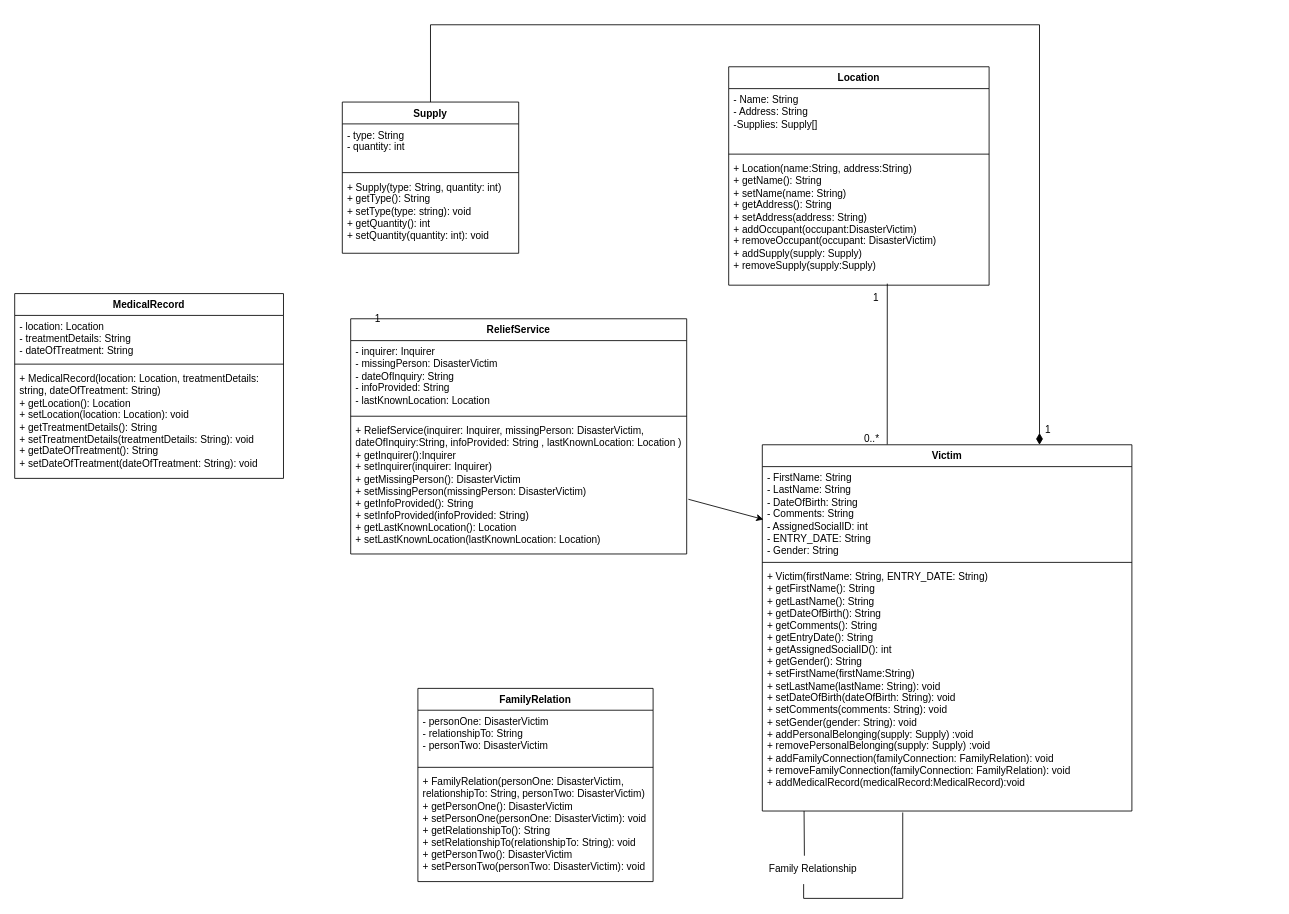
This is Untitled Diagram.drawio from seanvpham/ENSF380, a draw.io file, before an edit. Source tidied: cells renumbered, new cells numbered last; positions are measured from the earlier drawing's top-left corner, leaving out a move shared by most shapes. Both pictures are drawn from the tidied source at 84%, with x=0, y=0 at pixel (14, 24).
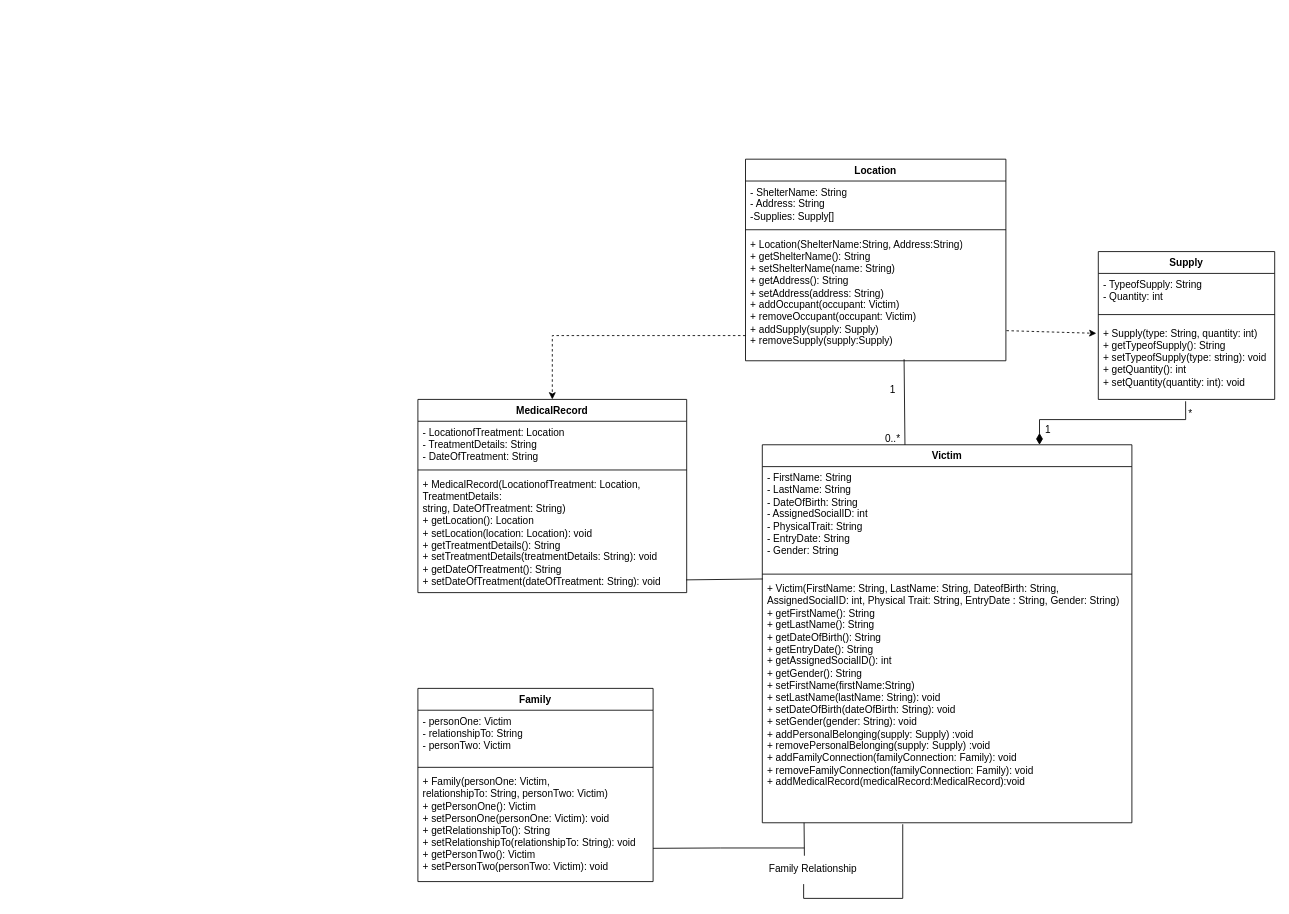
Above is the later version.

Change to the diagram source:
```diff
@@
     <mxCell id="2" value="Victim" style="swimlane;fontStyle=1;align=center;verticalAlign=top;horizontal=1;startSize=26;whiteSpace=wrap;html=1;" parent="1" vertex="1">
-      <mxGeometry x="890" y="500" width="440" height="436" as="geometry" />
+      <mxGeometry x="890" y="500" width="440" height="450" as="geometry" />
     </mxCell>
-    <mxCell id="3" value="- FirstName: String&lt;br&gt;- LastName: String&lt;br&gt;- DateOfBirth: String&lt;br&gt;- Comments: String&lt;br&gt;- AssignedSocialID: int&lt;br&gt;- ENTRY_DATE: String&lt;div&gt;- Gender: String&lt;/div&gt;" style="text;strokeColor=none;fillColor=none;align=left;verticalAlign=top;spacingLeft=4;spacingRight=4;overflow=hidden;points=[[0,0.5],[1,0.5]];portConstraint=eastwest;whiteSpace=wrap;html=1;" parent="2" vertex="1">
-      <mxGeometry y="26" width="440" height="110" as="geometry" />
+    <mxCell id="3" value="- FirstName: String&lt;br&gt;- LastName: String&lt;br&gt;- DateOfBirth: String&lt;br&gt;- AssignedSocialID: int&lt;div&gt;- PhysicalTrait: String&lt;br&gt;- EntryDate: String&lt;div&gt;- Gender: String&lt;/div&gt;&lt;/div&gt;" style="text;strokeColor=none;fillColor=none;align=left;verticalAlign=top;spacingLeft=4;spacingRight=4;overflow=hidden;points=[[0,0.5],[1,0.5]];portConstraint=eastwest;whiteSpace=wrap;html=1;" parent="2" vertex="1">
+      <mxGeometry y="26" width="440" height="124" as="geometry" />
     </mxCell>
     <mxCell id="4" style="line;strokeWidth=1;fillColor=none;align=left;verticalAlign=middle;spacingTop=-1;spacingLeft=3;spacingRight=3;labelPosition=right;strokeColor=inherit;" parent="2" vertex="1">
-      <mxGeometry y="136" width="440" height="8" as="geometry" />
+      <mxGeometry y="150" width="440" height="8" as="geometry" />
     </mxCell>
-    <mxCell id="5" value="+ Victim(firstName: String, ENTRY_DATE: String)&lt;br&gt;+ getFirstName(): String&lt;br&gt;+ getLastName(): String&lt;br&gt;+ getDateOfBirth(): String&lt;br&gt;+ getComments(): String&lt;br&gt;+ getEntryDate(): String&lt;br&gt;+ getAssignedSocialID(): int&lt;font color=&quot;#ff8000&quot;&gt;&lt;br&gt;&lt;/font&gt;+ getGender(): String&lt;br&gt;+ setFirstName(firstName:String)&lt;br&gt;+ setLastName(lastName: String): void&lt;br&gt;+ setDateOfBirth(dateOfBirth: String): void&lt;br&gt;+ setComments(comments: String): void&lt;br&gt;+ setGender(gender: String): void&lt;br&gt;+ addPersonalBelonging(supply: Supply) :void&lt;br&gt;+ removePersonalBelonging(supply: Supply) :void&lt;br&gt;+ addFamilyConnection(familyConnection: FamilyRelation): void&lt;br&gt;+ removeFamilyConnection(familyConnection: FamilyRelation): void&lt;br&gt;+ addMedicalRecord(medicalRecord:MedicalRecord):void&lt;div&gt;&lt;br&gt;&lt;/div&gt;&lt;div&gt;&lt;div&gt;&lt;div&gt;&lt;br&gt;&lt;/div&gt;&lt;/div&gt;&lt;/div&gt;" style="text;strokeColor=none;fillColor=none;align=left;verticalAlign=top;spacingLeft=4;spacingRight=4;overflow=hidden;points=[[0,0.5],[1,0.5]];portConstraint=eastwest;whiteSpace=wrap;html=1;" parent="2" vertex="1">
-      <mxGeometry y="144" width="440" height="292" as="geometry" />
+    <mxCell id="5" value="+ Victim(FirstName: String, LastName: String, DateofBirth: String, AssignedSocialID: int, Physical Trait: String, EntryDate : String, Gender: String)&lt;br&gt;+ getFirstName(): String&lt;br&gt;+ getLastName(): String&lt;br&gt;+ getDateOfBirth(): String&lt;br&gt;+ getEntryDate(): String&lt;br&gt;+ getAssignedSocialID(): int&lt;font color=&quot;#ff8000&quot;&gt;&lt;br&gt;&lt;/font&gt;+ getGender(): String&lt;br&gt;+ setFirstName(firstName:String)&lt;br&gt;+ setLastName(lastName: String): void&lt;br&gt;+ setDateOfBirth(dateOfBirth: String): void&lt;br&gt;+ setGender(gender: String): void&lt;br&gt;+ addPersonalBelonging(supply: Supply) :void&lt;br&gt;+ removePersonalBelonging(supply: Supply) :void&lt;br&gt;+ addFamilyConnection(familyConnection: Family): void&lt;br&gt;+ removeFamilyConnection(familyConnection: Family): void&lt;br&gt;+ addMedicalRecord(medicalRecord:MedicalRecord):void&lt;div&gt;&lt;br&gt;&lt;/div&gt;&lt;div&gt;&lt;div&gt;&lt;div&gt;&lt;br&gt;&lt;/div&gt;&lt;/div&gt;&lt;/div&gt;" style="text;strokeColor=none;fillColor=none;align=left;verticalAlign=top;spacingLeft=4;spacingRight=4;overflow=hidden;points=[[0,0.5],[1,0.5]];portConstraint=eastwest;whiteSpace=wrap;html=1;" parent="2" vertex="1">
+      <mxGeometry y="158" width="440" height="292" as="geometry" />
     </mxCell>
-    <mxCell id="6" value="FamilyRelation" style="swimlane;fontStyle=1;align=center;verticalAlign=top;horizontal=1;startSize=26;whiteSpace=wrap;html=1;" parent="1" vertex="1">
+    <mxCell id="6" value="Family" style="swimlane;fontStyle=1;align=center;verticalAlign=top;horizontal=1;startSize=26;whiteSpace=wrap;html=1;" parent="1" vertex="1">
       <mxGeometry x="480" y="790" width="280" height="230" as="geometry" />
     </mxCell>
-    <mxCell id="7" value="- personOne: DisasterVictim&lt;br/&gt;- relationshipTo: String&lt;br/&gt;- personTwo: DisasterVictim" style="text;strokeColor=none;fillColor=none;align=left;verticalAlign=top;spacingLeft=4;spacingRight=4;overflow=hidden;whiteSpace=wrap;html=1;" parent="6" vertex="1">
+    <mxCell id="7" value="- personOne: Victim&lt;br&gt;- relationshipTo: String&lt;br&gt;- personTwo: Victim" style="text;strokeColor=none;fillColor=none;align=left;verticalAlign=top;spacingLeft=4;spacingRight=4;overflow=hidden;whiteSpace=wrap;html=1;" parent="6" vertex="1">
       <mxGeometry y="26" width="280" height="64" as="geometry" />
     </mxCell>
@@
-    <mxCell id="9" value="+ FamilyRelation(personOne: DisasterVictim,&lt;br&gt;relationshipTo: String, personTwo: DisasterVictim)&lt;br&gt;+ getPersonOne(): DisasterVictim&lt;br&gt;+ setPersonOne(personOne: DisasterVictim): void&lt;br&gt;+ getRelationshipTo(): String&lt;br&gt;+ setRelationshipTo(relationshipTo: String): void&lt;br&gt;+ getPersonTwo(): DisasterVictim&lt;br&gt;+ setPersonTwo(personTwo: DisasterVictim): void" style="text;strokeColor=none;fillColor=none;align=left;verticalAlign=top;spacingLeft=4;spacingRight=4;overflow=hidden;whiteSpace=wrap;html=1;" parent="6" vertex="1">
+    <mxCell id="9" value="+ Family(personOne: Victim,&lt;br&gt;relationshipTo: String, personTwo: Victim)&lt;br&gt;+ getPersonOne(): Victim&lt;br&gt;+ setPersonOne(personOne: Victim): void&lt;br&gt;+ getRelationshipTo(): String&lt;br&gt;+ setRelationshipTo(relationshipTo: String): void&lt;br&gt;+ getPersonTwo(): Victim&lt;br&gt;+ setPersonTwo(personTwo: Victim): void" style="text;strokeColor=none;fillColor=none;align=left;verticalAlign=top;spacingLeft=4;spacingRight=4;overflow=hidden;whiteSpace=wrap;html=1;" parent="6" vertex="1">
       <mxGeometry y="98" width="280" height="132" as="geometry" />
     </mxCell>
-    <mxCell id="10" value="ReliefService" style="swimlane;fontStyle=1;align=center;verticalAlign=top;horizontal=1;startSize=26;whiteSpace=wrap;html=1;" parent="1" vertex="1">
-      <mxGeometry x="400" y="350" width="400" height="280" as="geometry" />
-    </mxCell>
-    <mxCell id="11" value="- inquirer: Inquirer&lt;br&gt;- missingPerson: DisasterVictim&lt;br&gt;- dateOfInquiry: String&lt;br&gt;- infoProvided: String&lt;br&gt;- lastKnownLocation: Location" style="text;strokeColor=none;fillColor=none;align=left;verticalAlign=top;spacingLeft=4;spacingRight=4;overflow=hidden;whiteSpace=wrap;html=1;" parent="10" vertex="1">
-      <mxGeometry y="26" width="400" height="86" as="geometry" />
-    </mxCell>
-    <mxCell id="12" style="line;strokeWidth=1;fillColor=none;align=left;verticalAlign=middle;spacingTop=-1;spacingLeft=3;spacingRight=3;labelPosition=right;strokeColor=inherit;" parent="10" vertex="1">
-      <mxGeometry y="112" width="400" height="8" as="geometry" />
-    </mxCell>
-    <mxCell id="13" value="+ ReliefService(inquirer: Inquirer, missingPerson: DisasterVictim,&lt;br&gt;dateOfInquiry:String, infoProvided: String , lastKnownLocation: Location )&lt;br&gt;+ getInquirer():Inquirer&lt;br&gt;+ setInquirer(inquirer: Inquirer)&lt;br&gt;+ getMissingPerson(): DisasterVictim&lt;br&gt;+ setMissingPerson(missingPerson: DisasterVictim)&lt;br&gt;+ getInfoProvided(): String&lt;br&gt;+ setInfoProvided(infoProvided: String)&lt;br&gt;+ getLastKnownLocation(): Location&lt;br&gt;+ setLastKnownLocation(lastKnownLocation: Location)" style="text;strokeColor=none;fillColor=none;align=left;verticalAlign=top;spacingLeft=4;spacingRight=4;overflow=hidden;points=[[0,0.5],[1,0.5]];portConstraint=eastwest;whiteSpace=wrap;html=1;" parent="10" vertex="1">
-      <mxGeometry y="120" width="400" height="160" as="geometry" />
-    </mxCell>
     <mxCell id="14" value="Location" style="swimlane;fontStyle=1;align=center;verticalAlign=top;horizontal=1;startSize=26;whiteSpace=wrap;html=1;" parent="1" vertex="1">
-      <mxGeometry x="850" y="50" width="310" height="260" as="geometry" />
+      <mxGeometry x="870" y="160" width="310" height="240" as="geometry" />
     </mxCell>
-    <mxCell id="15" value="- Name: String&lt;br&gt;- Address: String&lt;div&gt;-Supplies: Supply[]&lt;/div&gt;&lt;div&gt;&lt;br&gt;&lt;div&gt;&lt;br&gt;&lt;/div&gt;&lt;/div&gt;" style="text;strokeColor=none;fillColor=none;align=left;verticalAlign=top;spacingLeft=4;spacingRight=4;overflow=hidden;whiteSpace=wrap;html=1;" parent="14" vertex="1">
-      <mxGeometry y="26" width="310" height="74" as="geometry" />
+    <mxCell id="15" value="- ShelterName: String&lt;br&gt;- Address: String&lt;div&gt;-Supplies: Supply[]&lt;/div&gt;&lt;div&gt;&lt;br&gt;&lt;div&gt;&lt;br&gt;&lt;/div&gt;&lt;/div&gt;" style="text;strokeColor=none;fillColor=none;align=left;verticalAlign=top;spacingLeft=4;spacingRight=4;overflow=hidden;whiteSpace=wrap;html=1;" parent="14" vertex="1">
+      <mxGeometry y="26" width="310" height="54" as="geometry" />
     </mxCell>
     <mxCell id="16" style="line;strokeWidth=1;fillColor=none;align=left;verticalAlign=middle;spacingTop=-1;spacingLeft=3;spacingRight=3;labelPosition=right;strokeColor=inherit;" parent="14" vertex="1">
-      <mxGeometry y="100" width="310" height="8" as="geometry" />
+      <mxGeometry y="80" width="310" height="8" as="geometry" />
     </mxCell>
-    <mxCell id="17" value="+ Location(name:String, address:String)&lt;br&gt;+ getName(): String&lt;br&gt;+ setName(name: String)&lt;br&gt;+ getAddress(): String&lt;br&gt;+ setAddress(address: String)&lt;br&gt;+ addOccupant(occupant:DisasterVictim)&lt;br&gt;+ removeOccupant(occupant: DisasterVictim)&lt;br&gt;+ addSupply(supply: Supply)&lt;br&gt;+ removeSupply(supply:Supply)" style="text;strokeColor=none;fillColor=none;align=left;verticalAlign=top;spacingLeft=4;spacingRight=4;overflow=hidden;points=[[0,0.5],[1,0.5]];portConstraint=eastwest;whiteSpace=wrap;html=1;" parent="14" vertex="1">
-      <mxGeometry y="108" width="310" height="152" as="geometry" />
+    <mxCell id="17" value="+ Location(ShelterName:String, Address:String)&lt;br&gt;+ getShelterName(): String&lt;br&gt;+ setShelterName(name: String)&lt;br&gt;+ getAddress(): String&lt;br&gt;+ setAddress(address: String)&lt;br&gt;+ addOccupant(occupant: Victim)&lt;br&gt;+ removeOccupant(occupant: Victim)&lt;br&gt;+ addSupply(supply: Supply)&lt;br&gt;+ removeSupply(supply:Supply)" style="text;strokeColor=none;fillColor=none;align=left;verticalAlign=top;spacingLeft=4;spacingRight=4;overflow=hidden;points=[[0,0.5],[1,0.5]];portConstraint=eastwest;whiteSpace=wrap;html=1;" parent="14" vertex="1">
+      <mxGeometry y="88" width="310" height="152" as="geometry" />
     </mxCell>
     <mxCell id="18" value="Supply" style="swimlane;fontStyle=1;align=center;verticalAlign=top;horizontal=1;startSize=26;whiteSpace=wrap;html=1;" parent="1" vertex="1">
-      <mxGeometry x="390" y="92" width="210" height="180" as="geometry" />
+      <mxGeometry x="1290" y="270" width="210" height="176" as="geometry" />
     </mxCell>
-    <mxCell id="19" value="- type: String&lt;br/&gt;- quantity: int" style="text;strokeColor=none;fillColor=none;align=left;verticalAlign=top;spacingLeft=4;spacingRight=4;overflow=hidden;whiteSpace=wrap;html=1;" parent="18" vertex="1">
-      <mxGeometry y="26" width="210" height="54" as="geometry" />
+    <mxCell id="19" value="- TypeofSupply: String&lt;br&gt;- Quantity: int" style="text;strokeColor=none;fillColor=none;align=left;verticalAlign=top;spacingLeft=4;spacingRight=4;overflow=hidden;whiteSpace=wrap;html=1;" parent="18" vertex="1">
+      <mxGeometry y="26" width="210" height="40" as="geometry" />
     </mxCell>
     <mxCell id="20" style="line;strokeWidth=1;fillColor=none;align=left;verticalAlign=middle;spacingTop=-1;spacingLeft=3;spacingRight=3;labelPosition=right;strokeColor=inherit;" parent="18" vertex="1">
-      <mxGeometry y="80" width="210" height="8" as="geometry" />
+      <mxGeometry y="66" width="210" height="18" as="geometry" />
     </mxCell>
-    <mxCell id="21" value="+ Supply(type: String, quantity: int)&lt;br&gt;+ getType(): String&lt;br&gt;+ setType(type: string): void&lt;br&gt;+ getQuantity(): int&lt;br&gt;+ setQuantity(quantity: int): void" style="text;strokeColor=none;fillColor=none;align=left;verticalAlign=top;spacingLeft=4;spacingRight=4;overflow=hidden;points=[[0,0.5],[1,0.5]];portConstraint=eastwest;whiteSpace=wrap;html=1;" parent="18" vertex="1">
-      <mxGeometry y="88" width="210" height="92" as="geometry" />
+    <mxCell id="21" value="+ Supply(type: String, quantity: int)&lt;br&gt;+ getTypeofSupply(): String&lt;br&gt;+ setTypeofSupply(type: string): void&lt;br&gt;+ getQuantity(): int&lt;br&gt;+ setQuantity(quantity: int): void" style="text;strokeColor=none;fillColor=none;align=left;verticalAlign=top;spacingLeft=4;spacingRight=4;overflow=hidden;points=[[0,0.5],[1,0.5]];portConstraint=eastwest;whiteSpace=wrap;html=1;" parent="18" vertex="1">
+      <mxGeometry y="84" width="210" height="92" as="geometry" />
     </mxCell>
     <mxCell id="22" value="MedicalRecord" style="swimlane;fontStyle=1;align=center;verticalAlign=top;horizontal=1;startSize=26;whiteSpace=wrap;html=1;" parent="1" vertex="1">
-      <mxGeometry y="320" width="320" height="220" as="geometry" />
+      <mxGeometry x="480" y="446" width="320" height="230" as="geometry" />
     </mxCell>
-    <mxCell id="23" value="- location: Location&lt;br/&gt;- treatmentDetails: String&lt;br/&gt;- dateOfTreatment: String&lt;div&gt;&lt;br/&gt;&lt;/div&gt;" style="text;strokeColor=none;fillColor=none;align=left;verticalAlign=top;spacingLeft=4;spacingRight=4;overflow=hidden;whiteSpace=wrap;html=1;" parent="22" vertex="1">
+    <mxCell id="23" value="- LocationofTreatment: Location&lt;br&gt;- TreatmentDetails: String&lt;br&gt;- DateOfTreatment: String&lt;div&gt;&lt;br&gt;&lt;/div&gt;" style="text;strokeColor=none;fillColor=none;align=left;verticalAlign=top;spacingLeft=4;spacingRight=4;overflow=hidden;whiteSpace=wrap;html=1;" parent="22" vertex="1">
       <mxGeometry y="26" width="320" height="54" as="geometry" />
     </mxCell>
@@
-    <mxCell id="25" value="+ MedicalRecord(location: Location, treatmentDetails:&lt;br/&gt;string, dateOfTreatment: String)&lt;br/&gt;+ getLocation(): Location&lt;br/&gt;+ setLocation(location: Location): void&lt;br/&gt;+ getTreatmentDetails(): String&lt;br/&gt;+ setTreatmentDetails(treatmentDetails: String): void&lt;br/&gt;+ getDateOfTreatment(): String&lt;br/&gt;+ setDateOfTreatment(dateOfTreatment: String): void" style="text;strokeColor=none;fillColor=none;align=left;verticalAlign=top;spacingLeft=4;spacingRight=4;overflow=hidden;points=[[0,0.5],[1,0.5]];portConstraint=eastwest;whiteSpace=wrap;html=1;" parent="22" vertex="1">
-      <mxGeometry y="88" width="320" height="132" as="geometry" />
+    <mxCell id="25" value="+ MedicalRecord(LocationofTreatment: Location, TreatmentDetails:&lt;br&gt;string, DateOfTreatment: String)&lt;br&gt;+ getLocation(): Location&lt;br&gt;+ setLocation(location: Location): void&lt;br&gt;+ getTreatmentDetails(): String&lt;br&gt;+ setTreatmentDetails(treatmentDetails: String): void&lt;br&gt;+ getDateOfTreatment(): String&lt;br&gt;+ setDateOfTreatment(dateOfTreatment: String): void" style="text;strokeColor=none;fillColor=none;align=left;verticalAlign=top;spacingLeft=4;spacingRight=4;overflow=hidden;points=[[0,0.5],[1,0.5]];portConstraint=eastwest;whiteSpace=wrap;html=1;" parent="22" vertex="1">
+      <mxGeometry y="88" width="320" height="142" as="geometry" />
     </mxCell>
@@
-    <mxCell id="27" style="endArrow=classic;html=1;rounded=0;entryX=0.003;entryY=0.572;entryDx=0;entryDy=0;exitX=1.005;exitY=0.593;exitDx=0;exitDy=0;exitPerimeter=0;entryPerimeter=0;" parent="1" edge="1" source="13" target="3">
-      <mxGeometry relative="1" as="geometry" />
-    </mxCell>
-    <mxCell id="28" value="1" style="text;html=1;align=center;verticalAlign=middle;strokeColor=none;fillColor=none;" parent="1" vertex="1">
-      <mxGeometry x="417" y="335" width="30" height="30" as="geometry" />
-    </mxCell>
-    <mxCell id="29" style="endArrow=diamondThin;html=1;rounded=0;endFill=1;endSize=11;edgeStyle=orthogonalEdgeStyle;exitX=0.5;exitY=0;exitDx=0;exitDy=0;entryX=0.75;entryY=0;entryDx=0;entryDy=0;" parent="1" edge="1" source="18" target="2">
+    <mxCell id="29" style="endArrow=diamondThin;html=1;rounded=0;endFill=1;endSize=11;edgeStyle=orthogonalEdgeStyle;entryX=0.75;entryY=0;entryDx=0;entryDy=0;exitX=0.495;exitY=1.024;exitDx=0;exitDy=0;exitPerimeter=0;" parent="1" edge="1" source="21" target="2">
       <mxGeometry relative="1" as="geometry">
         <Array as="points">
-          <mxPoint x="495" />
-          <mxPoint x="1220" />
+          <mxPoint x="1394" y="470" />
+          <mxPoint x="1220" y="470" />
         </Array>
       </mxGeometry>
     </mxCell>
@@
     <mxCell id="31" value="1" style="text;html=1;align=center;verticalAlign=middle;strokeColor=none;fillColor=none;" parent="1" vertex="1">
-      <mxGeometry x="1010" y="310" width="30" height="30" as="geometry" />
+      <mxGeometry x="1030" y="420" width="30" height="30" as="geometry" />
     </mxCell>
     <mxCell id="32" value="0..*" style="text;html=1;align=center;verticalAlign=middle;strokeColor=none;fillColor=none;" parent="1" vertex="1">
-      <mxGeometry x="1000" y="478" width="40" height="30" as="geometry" />
+      <mxGeometry x="1025" y="478" width="40" height="30" as="geometry" />
     </mxCell>
@@
-    <mxCell id="35" style="endArrow=none;html=1;rounded=0;entryX=0.609;entryY=0.988;entryDx=0;entryDy=0;entryPerimeter=0;exitX=0.338;exitY=-0.001;exitDx=0;exitDy=0;exitPerimeter=0;" parent="1" edge="1" source="2" target="17">
+    <mxCell id="35" style="endArrow=none;html=1;rounded=0;entryX=0.609;entryY=0.988;entryDx=0;entryDy=0;entryPerimeter=0;exitX=0.386;exitY=0;exitDx=0;exitDy=0;exitPerimeter=0;" parent="1" edge="1" source="2" target="17">
       <mxGeometry relative="1" as="geometry" />
     </mxCell>
+    <mxCell id="36" style="endArrow=none;html=1;rounded=0;exitX=1;exitY=0.564;exitDx=0;exitDy=0;exitPerimeter=0;" parent="1" edge="1">
+      <mxGeometry relative="1" as="geometry">
+        <mxPoint x="760" y="980.4" as="sourcePoint" />
+        <mxPoint x="940" y="980" as="targetPoint" />
+        <Array as="points">
+          <mxPoint x="840" y="980" />
+        </Array>
+      </mxGeometry>
+    </mxCell>
+    <mxCell id="37" value="*" style="text;html=1;align=center;verticalAlign=middle;whiteSpace=wrap;rounded=0;" parent="1" vertex="1">
+      <mxGeometry x="1370" y="448" width="60" height="30" as="geometry" />
+    </mxCell>
+    <mxCell id="38" style="endArrow=classic;html=1;rounded=0;dashed=1;exitX=1.002;exitY=0.764;exitDx=0;exitDy=0;exitPerimeter=0;entryX=-0.011;entryY=0.145;entryDx=0;entryDy=0;entryPerimeter=0;" parent="1" edge="1" source="17" target="21">
+      <mxGeometry relative="1" as="geometry" />
+    </mxCell>
+    <mxCell id="39" style="endArrow=classic;html=1;rounded=0;dashed=1;edgeStyle=elbowEdgeStyle;elbow=vertical;exitX=0;exitY=0.605;exitDx=0;exitDy=0;exitPerimeter=0;entryX=0.5;entryY=0;entryDx=0;entryDy=0;" parent="1" edge="1" target="22">
+      <mxGeometry relative="1" as="geometry">
+        <mxPoint x="870" y="370" as="sourcePoint" />
+        <Array as="points">
+          <mxPoint x="790" y="370" />
+        </Array>
+      </mxGeometry>
+    </mxCell>
+    <mxCell id="40" style="endArrow=none;html=1;rounded=0;entryX=0.998;entryY=0.893;entryDx=0;entryDy=0;entryPerimeter=0;exitX=0.001;exitY=0.006;exitDx=0;exitDy=0;exitPerimeter=0;" parent="1" edge="1" source="5" target="25">
+      <mxGeometry relative="1" as="geometry" />
+    </mxCell>
```
